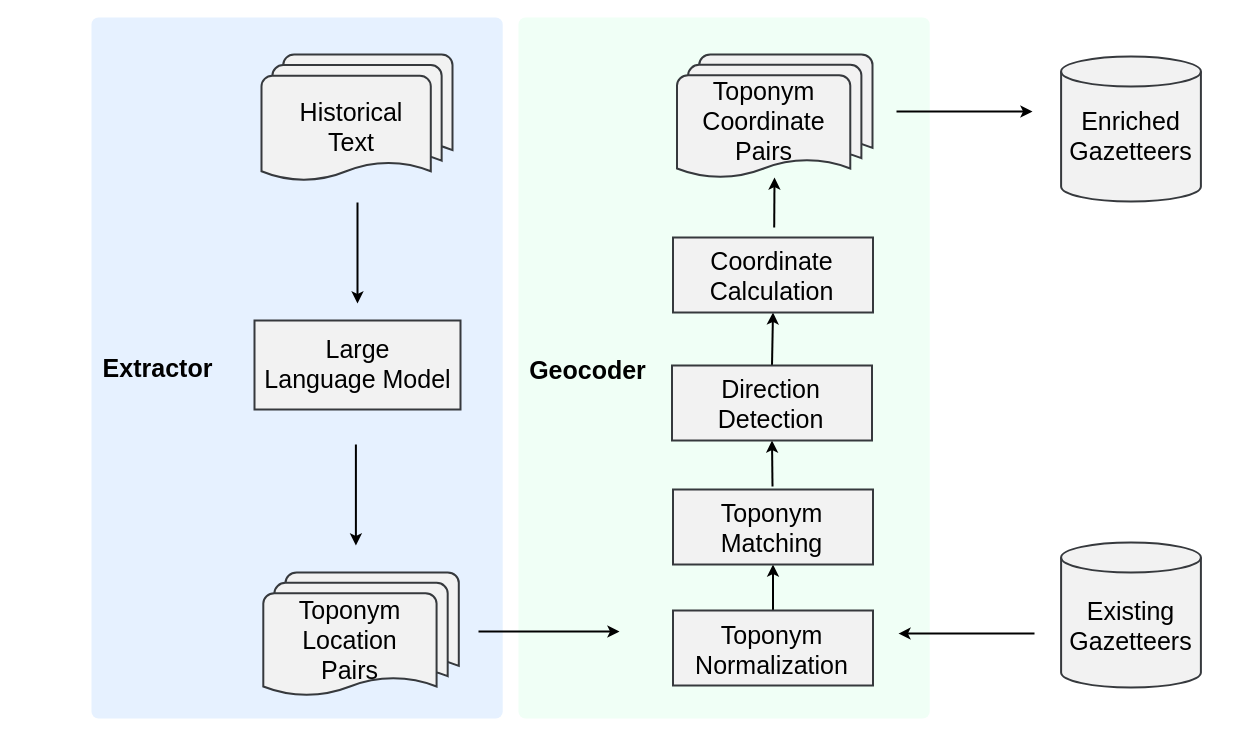
yukiyuqichen/His-Geo keeps this draw.io diagram as figures/workflow.svg.drawio. Above is the earlier version. Source tidied: cells renumbered, new cells numbered last; positions are measured from the earlier drawing's top-left corner, leaving out a move shared by most shapes. Both pictures are drawn from the tidied source at 100%, with x=0, y=0 at pixel (17, 17).
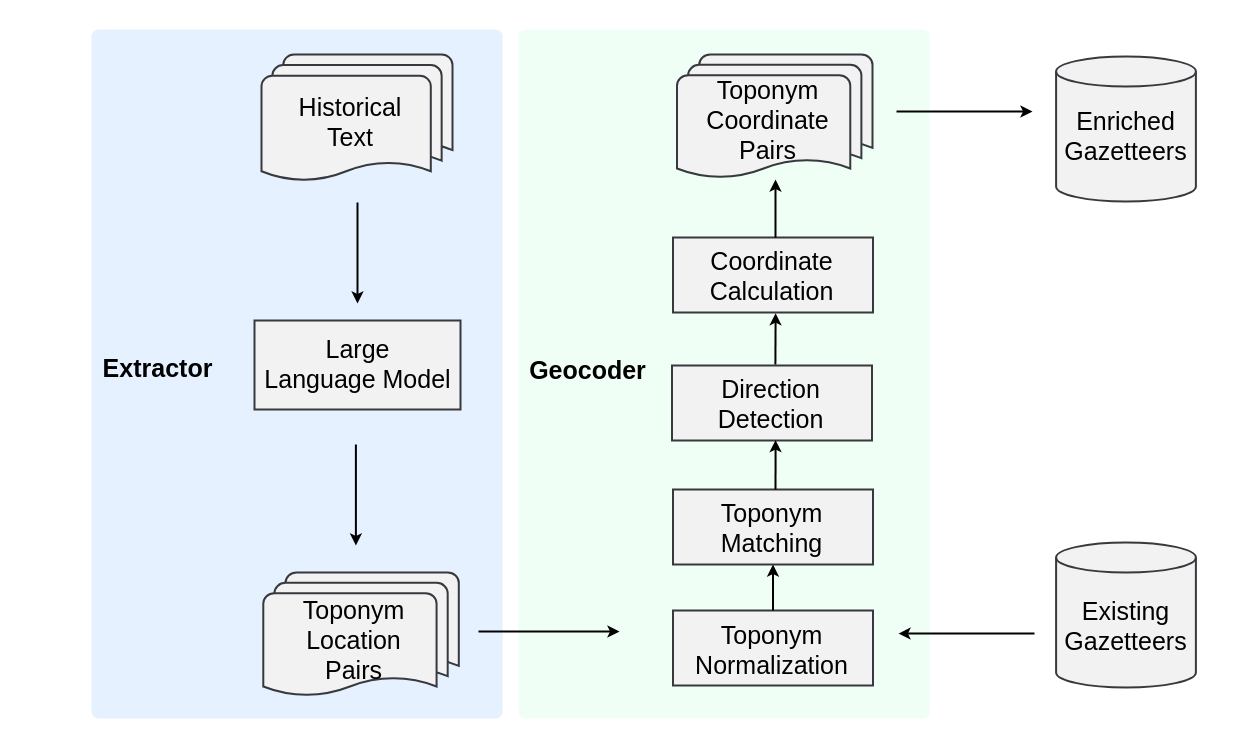
Above is the later version.

Unchanged cells that the change refers to:
```xml
<mxCell id="22" style="rounded=0;whiteSpace=wrap;html=1;fillColor=#F2F2F2;strokeColor=#36393d;strokeWidth=2;" parent="1" vertex="1">
  <mxGeometry x="655.5" y="593" width="200" height="75" as="geometry" />
</mxCell>
<mxCell id="24" style="rounded=0;whiteSpace=wrap;html=1;fillColor=#F2F2F2;strokeColor=#36393d;strokeWidth=2;" parent="1" vertex="1">
  <mxGeometry x="655.5" y="472" width="200" height="75" as="geometry" />
</mxCell>
<mxCell id="28" style="rounded=0;whiteSpace=wrap;html=1;fillColor=#F2F2F2;strokeColor=#36393d;strokeWidth=2;" parent="1" vertex="1">
  <mxGeometry x="654.5" y="348" width="200" height="75" as="geometry" />
</mxCell>
<mxCell id="30" style="rounded=0;whiteSpace=wrap;html=1;fillColor=#F2F2F2;strokeColor=#36393d;strokeWidth=2;" parent="1" vertex="1">
  <mxGeometry x="655.5" y="220" width="200" height="75" as="geometry" />
</mxCell>
```

The edit, as a diff of the source:
```diff
@@
     <mxCell id="2" style="rounded=1;whiteSpace=wrap;html=1;absoluteArcSize=1;arcSize=14;strokeWidth=2;fontSize=15;fontColor=#000000;fillColor=#F0FFF6;strokeColor=none;" parent="1" vertex="1">
-      <mxGeometry x="501" width="411.2" height="701" as="geometry" />
+      <mxGeometry x="501" y="12" width="411.2" height="689" as="geometry" />
     </mxCell>
     <mxCell id="3" style="rounded=1;whiteSpace=wrap;html=1;absoluteArcSize=1;arcSize=14;strokeWidth=2;fontSize=15;fontColor=#000000;fillColor=#E6F1FF;strokeColor=none;" parent="1" vertex="1">
-      <mxGeometry x="74" width="411.2" height="701" as="geometry" />
+      <mxGeometry x="74" y="12" width="411.2" height="689" as="geometry" />
     </mxCell>
@@
     <mxCell id="5" style="shape=cylinder3;whiteSpace=wrap;html=1;boundedLbl=1;backgroundOutline=1;size=15;fillColor=#F2F2F2;strokeColor=#36393d;strokeWidth=2;" parent="1" vertex="1">
-      <mxGeometry x="1043.6" y="525" width="139.8" height="145" as="geometry" />
+      <mxGeometry x="1038.6" y="525" width="139.8" height="145" as="geometry" />
     </mxCell>
@@
     <mxCell id="8" value="Existing&lt;br&gt;Gazetteers" style="text;html=1;fillColor=none;align=center;verticalAlign=middle;whiteSpace=wrap;rounded=0;fontSize=25;strokeWidth=2;fontColor=#000000;" parent="1" vertex="1">
-      <mxGeometry x="1023" y="581" width="181" height="53" as="geometry" />
+      <mxGeometry x="1018" y="581" width="181" height="53" as="geometry" />
     </mxCell>
     <mxCell id="9" value="Historical &lt;br&gt;Text" style="text;html=1;fillColor=none;align=center;verticalAlign=middle;whiteSpace=wrap;rounded=0;fontSize=25;strokeWidth=2;fontColor=#000000;" parent="1" vertex="1">
-      <mxGeometry x="235.5" y="82" width="195.5" height="53" as="geometry" />
+      <mxGeometry x="235" y="77" width="195.5" height="53" as="geometry" />
     </mxCell>
@@
     <mxCell id="14" style="shape=cylinder3;whiteSpace=wrap;html=1;boundedLbl=1;backgroundOutline=1;size=15;fillColor=#F2F2F2;strokeColor=#36393d;strokeWidth=2;" parent="1" vertex="1">
-      <mxGeometry x="1043.6" y="39" width="139.8" height="145" as="geometry" />
+      <mxGeometry x="1038.6" y="39" width="139.8" height="145" as="geometry" />
     </mxCell>
     <mxCell id="15" value="Enriched&lt;br&gt;Gazetteers" style="text;html=1;fillColor=none;align=center;verticalAlign=middle;whiteSpace=wrap;rounded=0;fontSize=25;strokeWidth=2;fontColor=#000000;" parent="1" vertex="1">
-      <mxGeometry x="1023" y="91" width="181" height="53" as="geometry" />
+      <mxGeometry x="1018" y="91" width="181" height="53" as="geometry" />
     </mxCell>
@@
     <mxCell id="18" value="Toponym &lt;br&gt;Location &lt;br&gt;Pairs" style="text;html=1;fillColor=none;align=center;verticalAlign=middle;whiteSpace=wrap;rounded=0;fontSize=25;strokeWidth=2;fontColor=#000000;" parent="1" vertex="1">
-      <mxGeometry x="225.2" y="595" width="215" height="53" as="geometry" />
+      <mxGeometry x="229.2" y="595" width="215" height="53" as="geometry" />
     </mxCell>
@@
     <mxCell id="20" value="Toponym&lt;br&gt;Coordinate&lt;br&gt;Pairs" style="text;html=1;fillColor=none;align=center;verticalAlign=middle;whiteSpace=wrap;rounded=0;fontSize=25;strokeWidth=2;fontColor=#000000;" parent="1" vertex="1">
-      <mxGeometry x="639" y="76" width="215" height="53" as="geometry" />
+      <mxGeometry x="643" y="75" width="215" height="53" as="geometry" />
     </mxCell>
-    <mxCell id="21" style="edgeStyle=none;rounded=0;html=1;exitX=0.5;exitY=0;exitDx=0;exitDy=0;entryX=0.5;entryY=1;entryDx=0;entryDy=0;strokeColor=#000000;strokeWidth=2;fontSize=22;fontColor=#000000;" parent="1" edge="1" source="22" target="24">
-      <mxGeometry relative="1" as="geometry" />
-    </mxCell>
@@
-    <mxCell id="25" style="edgeStyle=none;rounded=0;html=1;entryX=0.5;entryY=1;entryDx=0;entryDy=0;strokeColor=#000000;strokeWidth=2;fontSize=22;fontColor=#000000;" parent="1" edge="1" target="28">
-      <mxGeometry relative="1" as="geometry">
-        <mxPoint x="755" y="469" as="sourcePoint" />
-      </mxGeometry>
-    </mxCell>
@@
-    <mxCell id="27" style="edgeStyle=none;rounded=0;html=1;exitX=0.5;exitY=0;exitDx=0;exitDy=0;entryX=0.5;entryY=1;entryDx=0;entryDy=0;strokeColor=#000000;strokeWidth=2;fontSize=22;fontColor=#000000;" parent="1" edge="1" source="28" target="30">
-      <mxGeometry relative="1" as="geometry" />
-    </mxCell>
@@
-    <mxCell id="34" style="edgeStyle=none;html=1;fontSize=25;fontColor=#000000;strokeColor=#000000;rounded=0;strokeWidth=2;" parent="1" edge="1">
+    <mxCell id="34" style="edgeStyle=none;html=1;fontSize=25;fontColor=#000000;strokeColor=#000000;rounded=0;strokeWidth=2;exitX=0.625;exitY=0.302;exitDx=0;exitDy=0;exitPerimeter=0;" parent="1" edge="1" source="2">
       <mxGeometry relative="1" as="geometry">
-        <mxPoint x="756.7" y="210" as="sourcePoint" />
-        <mxPoint x="757" y="160" as="targetPoint" />
+        <mxPoint x="758" y="162" as="targetPoint" />
       </mxGeometry>
     </mxCell>
+    <mxCell id="27" style="edgeStyle=none;html=1;fontSize=25;fontColor=#000000;strokeColor=#000000;rounded=0;strokeWidth=2;endArrow=classic;endFill=1;exitX=0.517;exitY=-0.014;exitDx=0;exitDy=0;entryX=0.513;entryY=1.009;entryDx=0;entryDy=0;exitPerimeter=0;entryPerimeter=0;" parent="1" edge="1" source="28" target="30">
+      <mxGeometry relative="1" as="geometry" />
+    </mxCell>
+    <mxCell id="35" style="edgeStyle=none;html=1;fontSize=25;fontColor=#000000;strokeColor=#000000;rounded=0;strokeWidth=2;endArrow=classic;endFill=1;entryX=0.518;entryY=0.995;entryDx=0;entryDy=0;entryPerimeter=0;" parent="1" edge="1" target="28">
+      <mxGeometry relative="1" as="geometry">
+        <mxPoint x="758" y="472" as="sourcePoint" />
+      </mxGeometry>
+    </mxCell>
+    <mxCell id="21" style="edgeStyle=none;html=1;fontSize=25;fontColor=#000000;strokeColor=#000000;rounded=0;strokeWidth=2;endArrow=classic;endFill=1;exitX=0.5;exitY=0;exitDx=0;exitDy=0;entryX=0.5;entryY=1;entryDx=0;entryDy=0;" parent="1" edge="1" source="22" target="24">
+      <mxGeometry relative="1" as="geometry" />
+    </mxCell>
```
